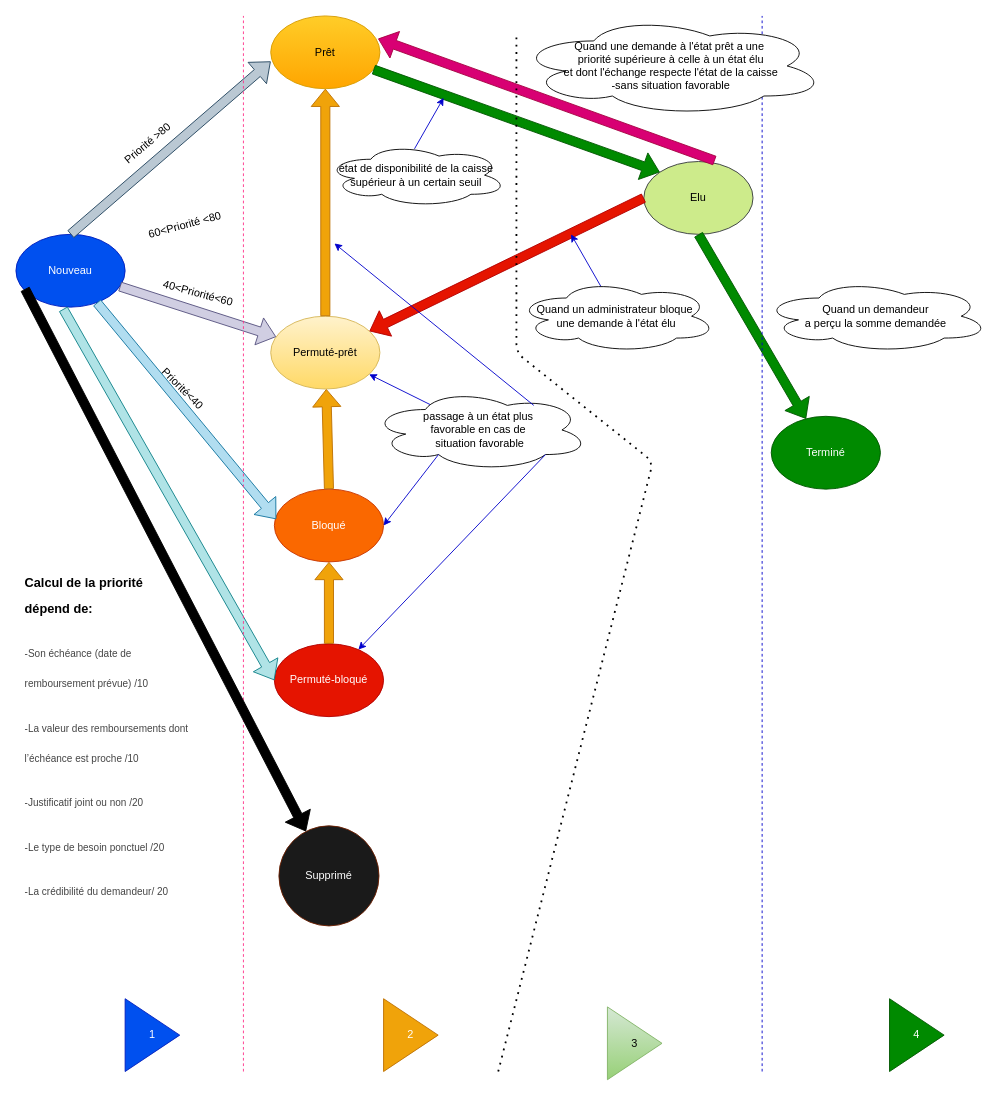
The draw.io diagram Untitled Diagram.drawio in ambou-97/Sutura, before the edit. Source tidied: cells renumbered, new cells numbered last; positions are measured from the earlier drawing's top-left corner, leaving out a move shared by most shapes. Both pictures are drawn from the tidied source at 91%, with x=0, y=0 at pixel (15, 15).
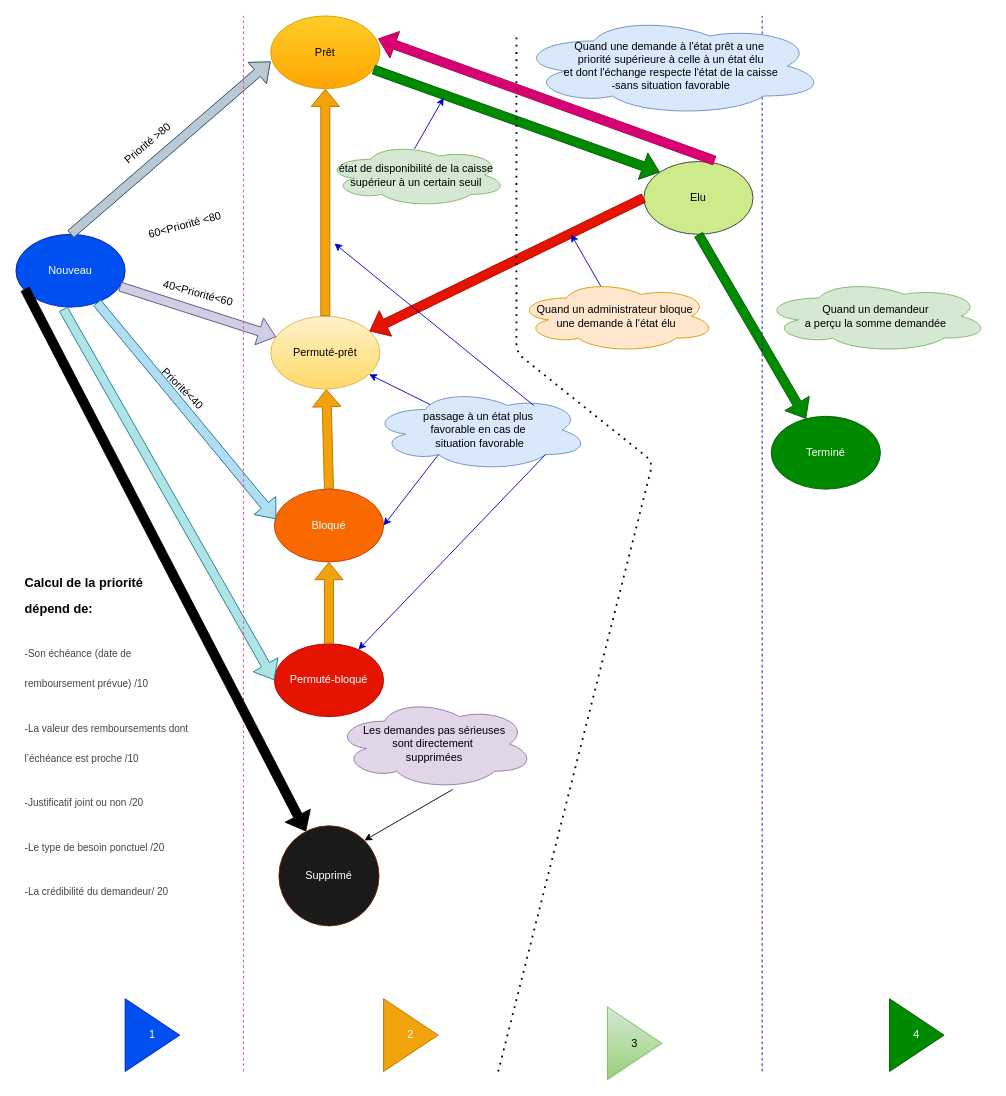
Above is the later version.

The change refers to these unchanged cells:
```xml
<mxCell id="43" value="Supprimé" style="ellipse;whiteSpace=wrap;html=1;strokeColor=#6D1F00;fontColor=#ffffff;fillColor=#1A1A1A;" parent="1" vertex="1">
  <mxGeometry x="289" y="890" width="110" height="110" as="geometry" />
</mxCell>
```

Diff of the diagram source:
```diff
@@
-    <mxCell id="29" value="Quand un administrateur bloque&amp;nbsp;&lt;br&gt;une demande à l'état élu" style="ellipse;shape=cloud;whiteSpace=wrap;html=1;" parent="1" vertex="1">
+    <mxCell id="29" value="Quand un administrateur bloque&amp;nbsp;&lt;br&gt;une demande à l'état élu" style="ellipse;shape=cloud;whiteSpace=wrap;html=1;fillColor=#ffe6cc;strokeColor=#d79b00;" parent="1" vertex="1">
       <mxGeometry x="550" y="290" width="220" height="80" as="geometry" />
     </mxCell>
-    <mxCell id="30" value="Quand un demandeur&lt;br&gt;a perçu la somme demandée" style="ellipse;shape=cloud;whiteSpace=wrap;html=1;" parent="1" vertex="1">
+    <mxCell id="30" value="Quand un demandeur&lt;br&gt;a perçu la somme demandée" style="ellipse;shape=cloud;whiteSpace=wrap;html=1;fillColor=#d5e8d4;strokeColor=#82b366;" parent="1" vertex="1">
       <mxGeometry x="820" y="290" width="250" height="80" as="geometry" />
     </mxCell>
-    <mxCell id="31" value="Quand une demande à l'état prêt a une&amp;nbsp;&lt;br&gt;priorité supérieure à celle à un état élu&lt;br&gt;et dont l'échange respecte l'état de la caisse&lt;br&gt;-sans situation favorable" style="ellipse;shape=cloud;whiteSpace=wrap;html=1;" parent="1" vertex="1">
+    <mxCell id="31" value="Quand une demande à l'état prêt a une&amp;nbsp;&lt;br&gt;priorité supérieure à celle à un état élu&lt;br&gt;et dont l'échange respecte l'état de la caisse&lt;br&gt;-sans situation favorable" style="ellipse;shape=cloud;whiteSpace=wrap;html=1;fillColor=#dae8fc;strokeColor=#6c8ebf;" parent="1" vertex="1">
       <mxGeometry x="550" width="340" height="110" as="geometry" />
     </mxCell>
-    <mxCell id="32" value="état de disponibilité de la caisse supérieur à un certain seuil" style="ellipse;shape=cloud;whiteSpace=wrap;html=1;" parent="1" vertex="1">
+    <mxCell id="32" value="état de disponibilité de la caisse supérieur à un certain seuil" style="ellipse;shape=cloud;whiteSpace=wrap;html=1;fillColor=#d5e8d4;strokeColor=#82b366;" parent="1" vertex="1">
       <mxGeometry x="340" y="140" width="200" height="70" as="geometry" />
     </mxCell>
@@
-    <mxCell id="34" value="passage à un état plus&amp;nbsp;&lt;br&gt;favorable en cas de&amp;nbsp;&lt;br&gt;situation favorable" style="ellipse;shape=cloud;whiteSpace=wrap;html=1;" parent="1" vertex="1">
+    <mxCell id="34" value="passage à un état plus&amp;nbsp;&lt;br&gt;favorable en cas de&amp;nbsp;&lt;br&gt;situation favorable" style="ellipse;shape=cloud;whiteSpace=wrap;html=1;fillColor=#dae8fc;strokeColor=#6c8ebf;" parent="1" vertex="1">
       <mxGeometry x="390" y="410" width="240" height="90" as="geometry" />
     </mxCell>
@@
+    <mxCell id="45" value="Les demandes pas sérieuses&lt;br&gt;sont directement&amp;nbsp;&lt;br&gt;supprimées" style="ellipse;shape=cloud;whiteSpace=wrap;html=1;fillColor=#e1d5e7;strokeColor=#9673a6;" parent="1" vertex="1">
+      <mxGeometry x="350" y="750" width="220" height="100" as="geometry" />
+    </mxCell>
+    <mxCell id="46" style="endArrow=classic;html=1;entryX=1;entryY=0;entryDx=0;entryDy=0;exitX=0.591;exitY=1;exitDx=0;exitDy=0;exitPerimeter=0;" parent="1" edge="1" source="45" target="43">
+      <mxGeometry relative="1" as="geometry" />
+    </mxCell>
```
